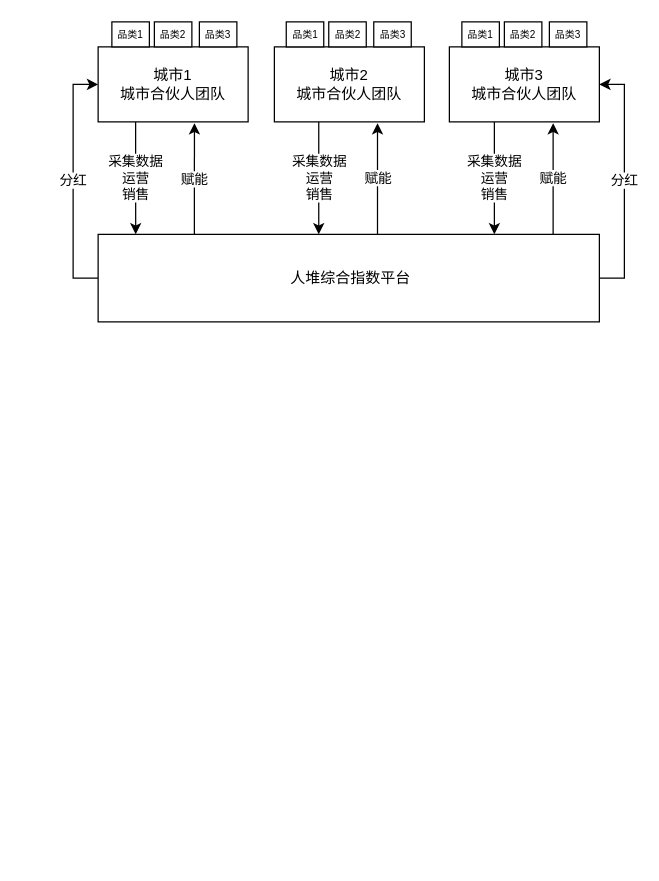
Before: 人堆.drawio in ruopuzi/draw.io, a draw.io diagram. Source tidied: cells renumbered, new cells numbered last; positions are measured from the earlier drawing's top-left corner, leaving out a move shared by most shapes. Both pictures are drawn from the tidied source at 125%, with x=0, y=0 at pixel (98, 21).
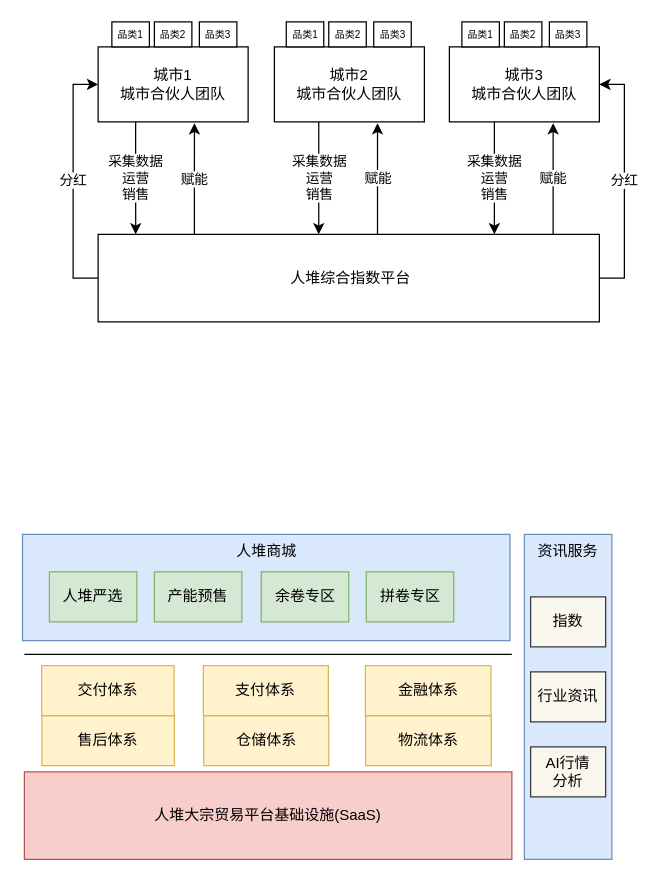
After the change.

What changed in the source:
```diff
@@
+    <mxCell id="23" value="人堆商城" style="rounded=0;whiteSpace=wrap;html=1;verticalAlign=top;fillColor=#dae8fc;strokeColor=#6c8ebf;" parent="1" vertex="1">
+      <mxGeometry x="-60.5" y="410" width="390" height="85" as="geometry" />
+    </mxCell>
@@
+    <mxCell id="24" value="人堆大宗贸易平台基础设施(SaaS)" style="rounded=0;whiteSpace=wrap;html=1;fillColor=#f8cecc;strokeColor=#b85450;" parent="1" vertex="1">
+      <mxGeometry x="-59" y="600" width="390" height="70" as="geometry" />
+    </mxCell>
+    <mxCell id="25" value="售后体系" style="rounded=0;whiteSpace=wrap;html=1;fillColor=#fff2cc;strokeColor=#d6b656;" parent="1" vertex="1">
+      <mxGeometry x="-45" y="555" width="106" height="40" as="geometry" />
+    </mxCell>
+    <mxCell id="26" value="仓储体系" style="rounded=0;whiteSpace=wrap;html=1;fillColor=#fff2cc;strokeColor=#d6b656;" parent="1" vertex="1">
+      <mxGeometry x="84.5" y="555" width="100" height="40" as="geometry" />
+    </mxCell>
+    <mxCell id="27" value="物流体系" style="rounded=0;whiteSpace=wrap;html=1;fillColor=#fff2cc;strokeColor=#d6b656;" parent="1" vertex="1">
+      <mxGeometry x="214" y="555" width="100.5" height="40" as="geometry" />
+    </mxCell>
+    <mxCell id="28" value="交付体系" style="rounded=0;whiteSpace=wrap;html=1;fillColor=#fff2cc;strokeColor=#d6b656;" parent="1" vertex="1">
+      <mxGeometry x="-45.2" y="515" width="106" height="40" as="geometry" />
+    </mxCell>
+    <mxCell id="29" value="支付体系" style="rounded=0;whiteSpace=wrap;html=1;fillColor=#fff2cc;strokeColor=#d6b656;" parent="1" vertex="1">
+      <mxGeometry x="84.2" y="515" width="100" height="40" as="geometry" />
+    </mxCell>
+    <mxCell id="30" value="金融体系" style="rounded=0;whiteSpace=wrap;html=1;fillColor=#fff2cc;strokeColor=#d6b656;" parent="1" vertex="1">
+      <mxGeometry x="213.8" y="515" width="100.5" height="40" as="geometry" />
+    </mxCell>
+    <mxCell id="31" style="endArrow=none;html=1;rounded=0;" parent="1" edge="1">
+      <mxGeometry relative="1" as="geometry">
+        <mxPoint x="-59" y="506" as="sourcePoint" />
+        <mxPoint x="331" y="506" as="targetPoint" />
+      </mxGeometry>
+    </mxCell>
+    <mxCell id="32" value="人堆严选" style="rounded=0;whiteSpace=wrap;html=1;fillColor=#d5e8d4;strokeColor=#82b366;" parent="1" vertex="1">
+      <mxGeometry x="-39" y="440" width="70" height="40" as="geometry" />
+    </mxCell>
+    <mxCell id="33" value="产能预售" style="rounded=0;whiteSpace=wrap;html=1;fillColor=#d5e8d4;strokeColor=#82b366;" parent="1" vertex="1">
+      <mxGeometry x="45" y="440" width="70" height="40" as="geometry" />
+    </mxCell>
+    <mxCell id="34" value="余卷专区" style="rounded=0;whiteSpace=wrap;html=1;fillColor=#d5e8d4;strokeColor=#82b366;" parent="1" vertex="1">
+      <mxGeometry x="130.5" y="440" width="70" height="40" as="geometry" />
+    </mxCell>
+    <mxCell id="35" value="拼卷专区" style="rounded=0;whiteSpace=wrap;html=1;fillColor=#d5e8d4;strokeColor=#82b366;" parent="1" vertex="1">
+      <mxGeometry x="214.5" y="440" width="70" height="40" as="geometry" />
+    </mxCell>
+    <mxCell id="36" value="资讯服务" style="rounded=0;whiteSpace=wrap;html=1;verticalAlign=top;fillColor=#dae8fc;strokeColor=#6c8ebf;" parent="1" vertex="1">
+      <mxGeometry x="341" y="410" width="70" height="260" as="geometry" />
+    </mxCell>
+    <mxCell id="37" value="指数" style="rounded=0;whiteSpace=wrap;html=1;fillColor=#f9f7ed;strokeColor=#36393d;" parent="1" vertex="1">
+      <mxGeometry x="346" y="460" width="60" height="40" as="geometry" />
+    </mxCell>
+    <mxCell id="38" value="行业资讯" style="rounded=0;whiteSpace=wrap;html=1;fillColor=#f9f7ed;strokeColor=#36393d;" parent="1" vertex="1">
+      <mxGeometry x="346" y="520" width="60" height="40" as="geometry" />
+    </mxCell>
+    <mxCell id="39" value="AI行情&lt;br&gt;分析" style="rounded=0;whiteSpace=wrap;html=1;fillColor=#f9f7ed;strokeColor=#36393d;" parent="1" vertex="1">
+      <mxGeometry x="346" y="580" width="60" height="40" as="geometry" />
+    </mxCell>
```
